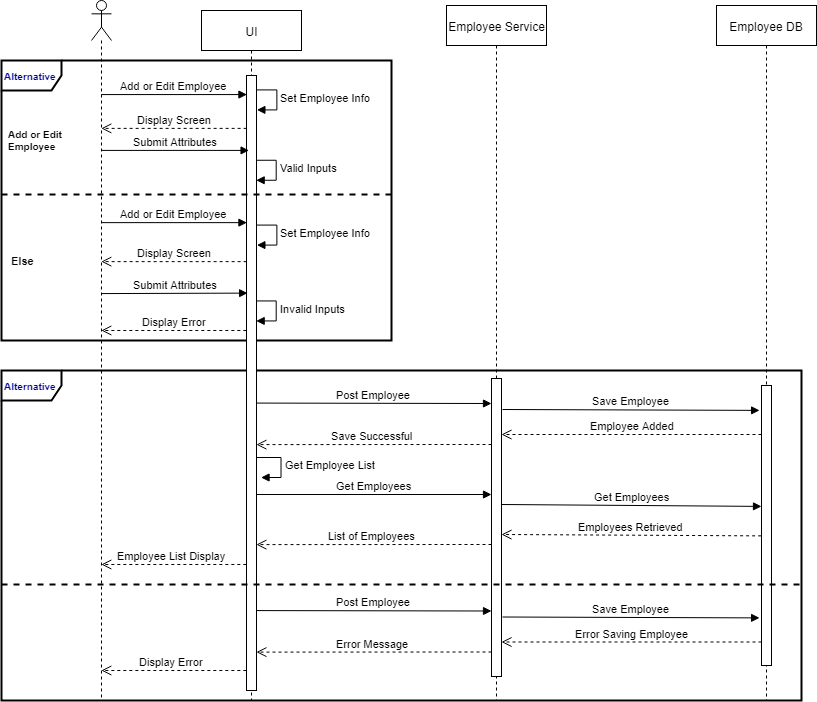
Before: fscc_sd2.png, a diagram exported from draw.io (frostbyte225/full-stack-coding-challenge). Source tidied: cells renumbered, new cells last; positions are measured from the earlier drawing's top-left corner, leaving out a move shared by most shapes.
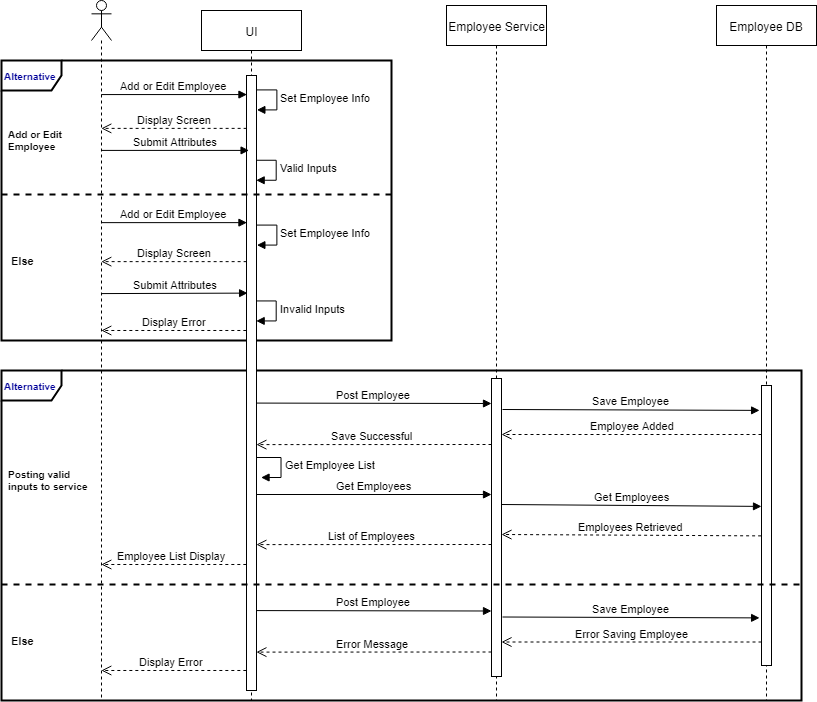
Later version of the same file.

The edit, as a diff of the source:
```diff
@@ -209,5 +209,11 @@
         <mxPoint x="99.8" y="670" as="targetPoint" />
       </mxGeometry>
     </mxCell>
+    <mxCell id="41" value="Posting valid inputs to service" style="text;html=1;strokeColor=none;fillColor=none;align=left;verticalAlign=middle;whiteSpace=wrap;rounded=0;dashed=1;fontStyle=1;fontSize=10;" parent="1" vertex="1">
+      <mxGeometry x="5" y="470" width="85" height="20" as="geometry" />
+    </mxCell>
+    <mxCell id="42" value="&lt;font style=&quot;font-size: 11px&quot;&gt;Else&lt;/font&gt;" style="text;html=1;strokeColor=none;fillColor=none;align=left;verticalAlign=middle;whiteSpace=wrap;rounded=0;dashed=1;fontStyle=1;" parent="1" vertex="1">
+      <mxGeometry x="7.5" y="630" width="80" height="20" as="geometry" />
+    </mxCell>
   </root>
 </mxGraphModel>
```
